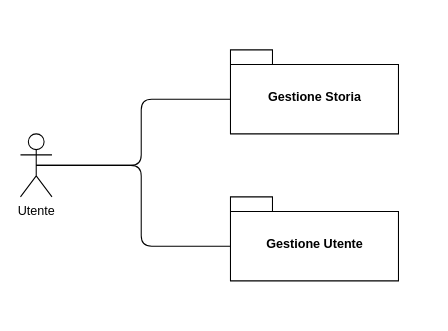
Before: page "VIsuale d'insieme" (3 of 4) of DiagrammiUseCaseModel.drawio in EmmanuelEngineer/E.M.A.A., a draw.io diagram. Source tidied: cells renumbered, new cells numbered last; positions are measured from the earlier drawing's top-left corner, leaving out a move shared by most shapes. Both pictures are drawn from the tidied source at 105%, with x=0, y=0 at pixel (20, 49).
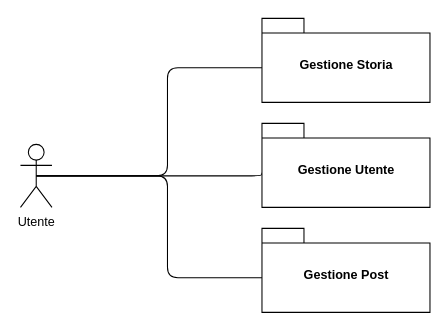
Above is the later version.

What changed in the source:
```diff
@@
 <mxGraphModel>
   <root>
     <mxCell id="0" />
     <mxCell id="1" parent="0" />
     <mxCell id="2" value="Utente" style="shape=umlActor;verticalLabelPosition=bottom;verticalAlign=top;html=1;outlineConnect=0;" parent="1" vertex="1">
-      <mxGeometry y="80" width="30" height="60" as="geometry" />
+      <mxGeometry y="90" width="30" height="60" as="geometry" />
     </mxCell>
     <mxCell id="3" style="edgeStyle=orthogonalEdgeStyle;rounded=1;jettySize=auto;html=1;exitX=0;exitY=0;exitDx=0;exitDy=47;exitPerimeter=0;entryX=0.5;entryY=0.5;entryDx=0;entryDy=0;entryPerimeter=0;endArrow=none;endFill=0;" parent="1" edge="1" source="4" target="2">
-      <mxGeometry relative="1" as="geometry" />
+      <mxGeometry relative="1" as="geometry">
+        <Array as="points">
+          <mxPoint x="140" y="17" />
+          <mxPoint x="140" y="120" />
+        </Array>
+      </mxGeometry>
     </mxCell>
     <mxCell id="4" value="Gestione Storia" style="shape=folder;fontStyle=1;spacingTop=10;tabWidth=40;tabHeight=14;tabPosition=left;html=1;" parent="1" vertex="1">
-      <mxGeometry x="200" width="160" height="80" as="geometry" />
+      <mxGeometry x="230" y="-30" width="160" height="80" as="geometry" />
     </mxCell>
     <mxCell id="5" style="edgeStyle=orthogonalEdgeStyle;rounded=1;jettySize=auto;html=1;exitX=0;exitY=0;exitDx=0;exitDy=47;exitPerimeter=0;entryX=0.5;entryY=0.5;entryDx=0;entryDy=0;entryPerimeter=0;endArrow=none;endFill=0;" parent="1" edge="1" source="6" target="2">
-      <mxGeometry relative="1" as="geometry" />
+      <mxGeometry relative="1" as="geometry">
+        <Array as="points">
+          <mxPoint x="230" y="120" />
+        </Array>
+      </mxGeometry>
     </mxCell>
     <mxCell id="6" value="Gestione Utente" style="shape=folder;fontStyle=1;spacingTop=10;tabWidth=40;tabHeight=14;tabPosition=left;html=1;" parent="1" vertex="1">
-      <mxGeometry x="200" y="140" width="160" height="80" as="geometry" />
+      <mxGeometry x="230" y="70" width="160" height="80" as="geometry" />
     </mxCell>
+    <mxCell id="7" style="edgeStyle=orthogonalEdgeStyle;rounded=1;jettySize=auto;html=1;exitX=0;exitY=0;exitDx=0;exitDy=47;exitPerimeter=0;entryX=0.5;entryY=0.5;entryDx=0;entryDy=0;entryPerimeter=0;endArrow=none;endFill=0;" parent="1" edge="1" source="8" target="2">
+      <mxGeometry relative="1" as="geometry">
+        <Array as="points">
+          <mxPoint x="140" y="217" />
+          <mxPoint x="140" y="120" />
+        </Array>
+      </mxGeometry>
+    </mxCell>
+    <mxCell id="8" value="Gestione Post" style="shape=folder;fontStyle=1;spacingTop=10;tabWidth=40;tabHeight=14;tabPosition=left;html=1;" parent="1" vertex="1">
+      <mxGeometry x="230" y="170" width="160" height="80" as="geometry" />
+    </mxCell>
   </root>
 </mxGraphModel>
```
